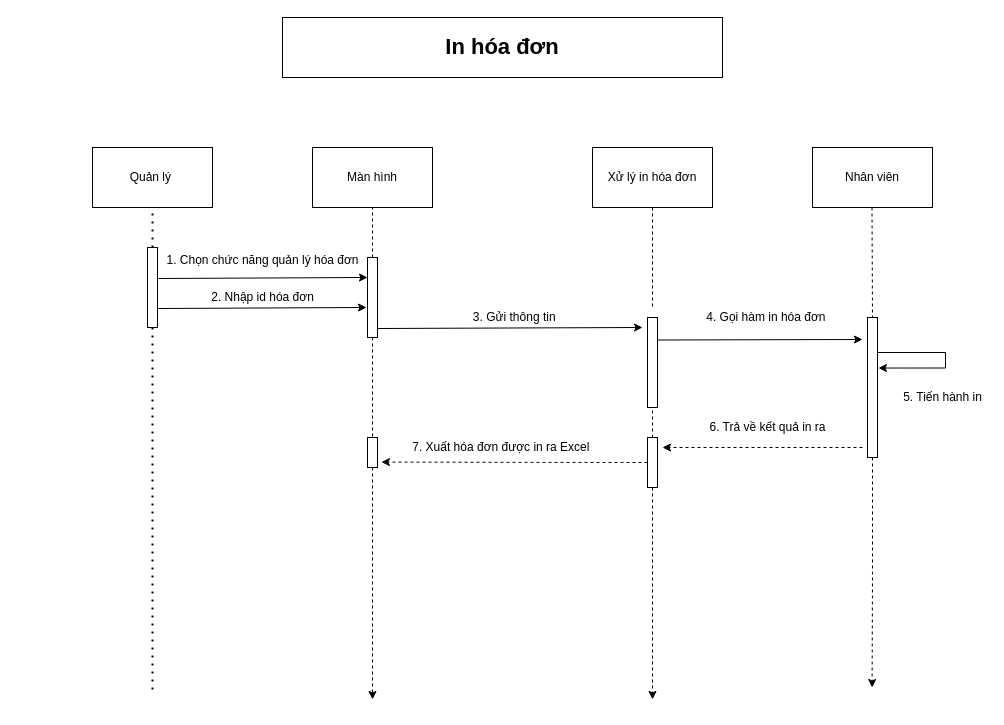
hungtadasuke/CoffeShop_SoftwareTechnology keeps this draw.io diagram as Word/Sequence_Acc_Bill/Draw/timkiemBill.drawio. Above is the earlier version. Source tidied: cells renumbered, new cells numbered last; positions are measured from the earlier drawing's top-left corner, leaving out a move shared by most shapes. Both pictures are drawn from the tidied source at 100%, with x=0, y=0 at pixel (17, 17).
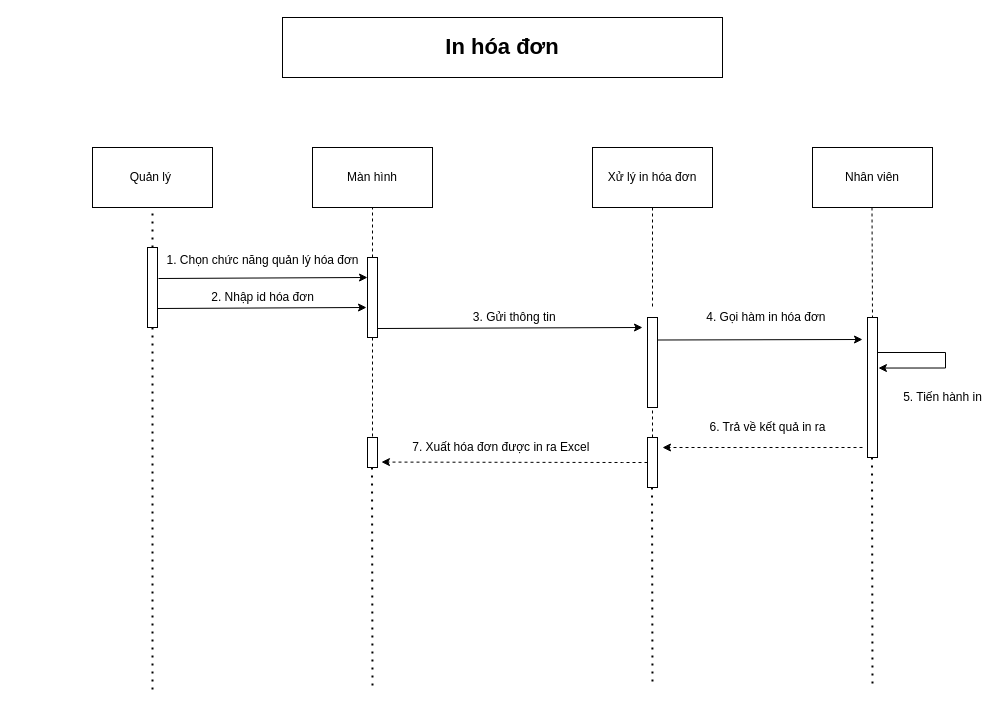
The same page after the edit.

The change refers to these unchanged cells:
```xml
<mxCell id="9" style="rounded=0;whiteSpace=wrap;html=1;" parent="1" vertex="1">
  <mxGeometry x="350" y="420" width="10" height="30" as="geometry" />
</mxCell>
<mxCell id="13" style="rounded=0;whiteSpace=wrap;html=1;" parent="1" vertex="1">
  <mxGeometry x="630" y="420" width="10" height="50" as="geometry" />
</mxCell>
<mxCell id="32" style="rounded=0;whiteSpace=wrap;html=1;" parent="1" vertex="1">
  <mxGeometry x="850" y="300" width="10" height="140" as="geometry" />
</mxCell>
```

Change to the diagram source:
```diff
@@
-    <mxCell id="8" style="edgeStyle=orthogonalEdgeStyle;rounded=0;jettySize=auto;html=1;dashed=1;" parent="1" edge="1" source="9">
-      <mxGeometry relative="1" as="geometry">
-        <mxPoint x="355" y="681.9" as="targetPoint" />
-      </mxGeometry>
-    </mxCell>
@@
-    <mxCell id="12" style="edgeStyle=orthogonalEdgeStyle;rounded=0;jettySize=auto;html=1;dashed=1;" parent="1" edge="1" source="13">
-      <mxGeometry relative="1" as="geometry">
-        <mxPoint x="635" y="681.9" as="targetPoint" />
-      </mxGeometry>
-    </mxCell>
@@
-    <mxCell id="31" style="edgeStyle=orthogonalEdgeStyle;rounded=0;jettySize=auto;html=1;exitX=0.5;exitY=1;exitDx=0;exitDy=0;dashed=1;" parent="1" edge="1" source="32">
-      <mxGeometry relative="1" as="geometry">
-        <mxPoint x="854.6" y="670" as="targetPoint" />
-      </mxGeometry>
-    </mxCell>
@@
+    <mxCell id="37" style="endArrow=none;dashed=1;html=1;dashPattern=1 3;strokeWidth=2;rounded=0;exitX=0.5;exitY=1;exitDx=0;exitDy=0;" parent="1" edge="1">
+      <mxGeometry relative="1" as="geometry">
+        <mxPoint x="354.5" y="450" as="sourcePoint" />
+        <mxPoint x="355" y="670" as="targetPoint" />
+      </mxGeometry>
+    </mxCell>
+    <mxCell id="38" style="endArrow=none;dashed=1;html=1;dashPattern=1 3;strokeWidth=2;rounded=0;exitX=0.5;exitY=1;exitDx=0;exitDy=0;" parent="1" edge="1">
+      <mxGeometry relative="1" as="geometry">
+        <mxPoint x="634.5" y="470" as="sourcePoint" />
+        <mxPoint x="635" y="670" as="targetPoint" />
+      </mxGeometry>
+    </mxCell>
+    <mxCell id="39" style="endArrow=none;dashed=1;html=1;dashPattern=1 3;strokeWidth=2;rounded=0;exitX=0.5;exitY=1;exitDx=0;exitDy=0;" parent="1" edge="1">
+      <mxGeometry relative="1" as="geometry">
+        <mxPoint x="854.5" y="440" as="sourcePoint" />
+        <mxPoint x="855" y="670" as="targetPoint" />
+      </mxGeometry>
+    </mxCell>
```
